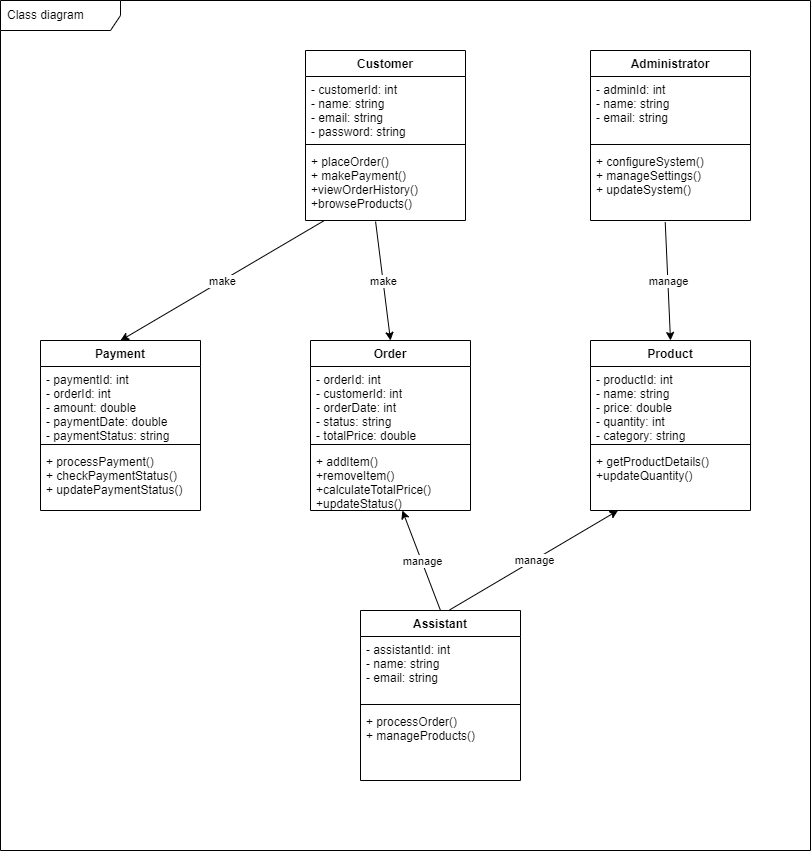
This is proposal/submission/sec02/Allen/classdiagram.png from drshahizan/software-engineering, a draw.io export, as it was before one commit. Source tidied: cells renumbered, new cells last; positions are measured from the earlier drawing's top-left corner, leaving out a move shared by most shapes.
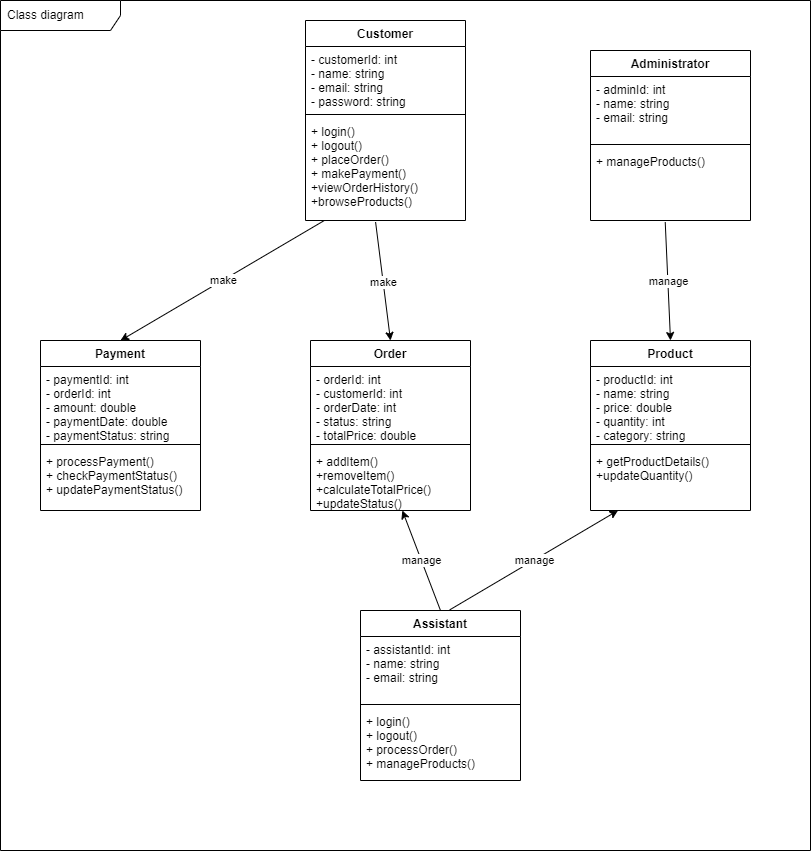
The same diagram one commit later.

The edit, as a diff of the source:
```diff
@@ -6,7 +6,7 @@
       <mxGeometry width="810" height="850" as="geometry" />
     </mxCell>
     <mxCell id="3" value="Customer" style="swimlane;fontStyle=1;align=center;verticalAlign=top;horizontal=1;startSize=26;" parent="1" vertex="1">
-      <mxGeometry x="305" y="50" width="160" height="170" as="geometry" />
+      <mxGeometry x="305" y="20" width="160" height="200" as="geometry" />
     </mxCell>
     <mxCell id="4" value="- customerId: int&#10;- name: string&#10;- email: string&#10;- password: string " style="text;strokeColor=none;fillColor=none;align=left;verticalAlign=top;spacingLeft=4;spacingRight=4;overflow=hidden;" parent="3" vertex="1">
       <mxGeometry y="26" width="160" height="64" as="geometry" />
@@ -14,8 +14,8 @@
     <mxCell id="5" style="line;strokeWidth=1;fillColor=none;align=left;verticalAlign=middle;spacingTop=-1;spacingLeft=3;spacingRight=3;labelPosition=right;strokeColor=inherit;" parent="3" vertex="1">
       <mxGeometry y="90" width="160" height="8" as="geometry" />
     </mxCell>
-    <mxCell id="6" value="+ placeOrder()&#10;+ makePayment()&#10;+viewOrderHistory()&#10;+browseProducts()" style="text;strokeColor=none;fillColor=none;align=left;verticalAlign=top;spacingLeft=4;spacingRight=4;overflow=hidden;points=[[0,0.5],[1,0.5]];portConstraint=eastwest;" parent="3" vertex="1">
-      <mxGeometry y="98" width="160" height="72" as="geometry" />
+    <mxCell id="6" value="+ login()&#10;+ logout()&#10;+ placeOrder()&#10;+ makePayment()&#10;+viewOrderHistory()&#10;+browseProducts()" style="text;strokeColor=none;fillColor=none;align=left;verticalAlign=top;spacingLeft=4;spacingRight=4;overflow=hidden;points=[[0,0.5],[1,0.5]];portConstraint=eastwest;" parent="3" vertex="1">
+      <mxGeometry y="98" width="160" height="102" as="geometry" />
     </mxCell>
     <mxCell id="7" value="Payment" style="swimlane;fontStyle=1;align=center;verticalAlign=top;horizontal=1;startSize=26;" parent="1" vertex="1">
       <mxGeometry x="40" y="340" width="160" height="170" as="geometry" />
@@ -62,7 +62,7 @@
     <mxCell id="21" style="line;strokeWidth=1;fillColor=none;align=left;verticalAlign=middle;spacingTop=-1;spacingLeft=3;spacingRight=3;labelPosition=right;strokeColor=inherit;" parent="19" vertex="1">
       <mxGeometry y="90" width="160" height="8" as="geometry" />
     </mxCell>
-    <mxCell id="22" value="+ processOrder()&#10;+ manageProducts()" style="text;strokeColor=none;fillColor=none;align=left;verticalAlign=top;spacingLeft=4;spacingRight=4;overflow=hidden;" parent="19" vertex="1">
+    <mxCell id="22" value="+ login()&#10;+ logout()&#10;+ processOrder()&#10;+ manageProducts()" style="text;strokeColor=none;fillColor=none;align=left;verticalAlign=top;spacingLeft=4;spacingRight=4;overflow=hidden;" parent="19" vertex="1">
       <mxGeometry y="98" width="160" height="72" as="geometry" />
     </mxCell>
     <mxCell id="23" value="Administrator" style="swimlane;fontStyle=1;align=center;verticalAlign=top;horizontal=1;startSize=26;" parent="1" vertex="1">
@@ -74,7 +74,7 @@
     <mxCell id="25" style="line;strokeWidth=1;fillColor=none;align=left;verticalAlign=middle;spacingTop=-1;spacingLeft=3;spacingRight=3;labelPosition=right;strokeColor=inherit;" parent="23" vertex="1">
       <mxGeometry y="90" width="160" height="8" as="geometry" />
     </mxCell>
-    <mxCell id="26" value="+ configureSystem()&#10;+ manageSettings()&#10;+ updateSystem()" style="text;strokeColor=none;fillColor=none;align=left;verticalAlign=top;spacingLeft=4;spacingRight=4;overflow=hidden;points=[[0,0.5],[1,0.5]];portConstraint=eastwest;" parent="23" vertex="1">
+    <mxCell id="26" value="+ manageProducts()" style="text;strokeColor=none;fillColor=none;align=left;verticalAlign=top;spacingLeft=4;spacingRight=4;overflow=hidden;points=[[0,0.5],[1,0.5]];portConstraint=eastwest;" parent="23" vertex="1">
       <mxGeometry y="98" width="160" height="72" as="geometry" />
     </mxCell>
     <mxCell id="27" style="endArrow=classic;html=1;entryX=0.5;entryY=0;entryDx=0;entryDy=0;" parent="1" edge="1">
```
